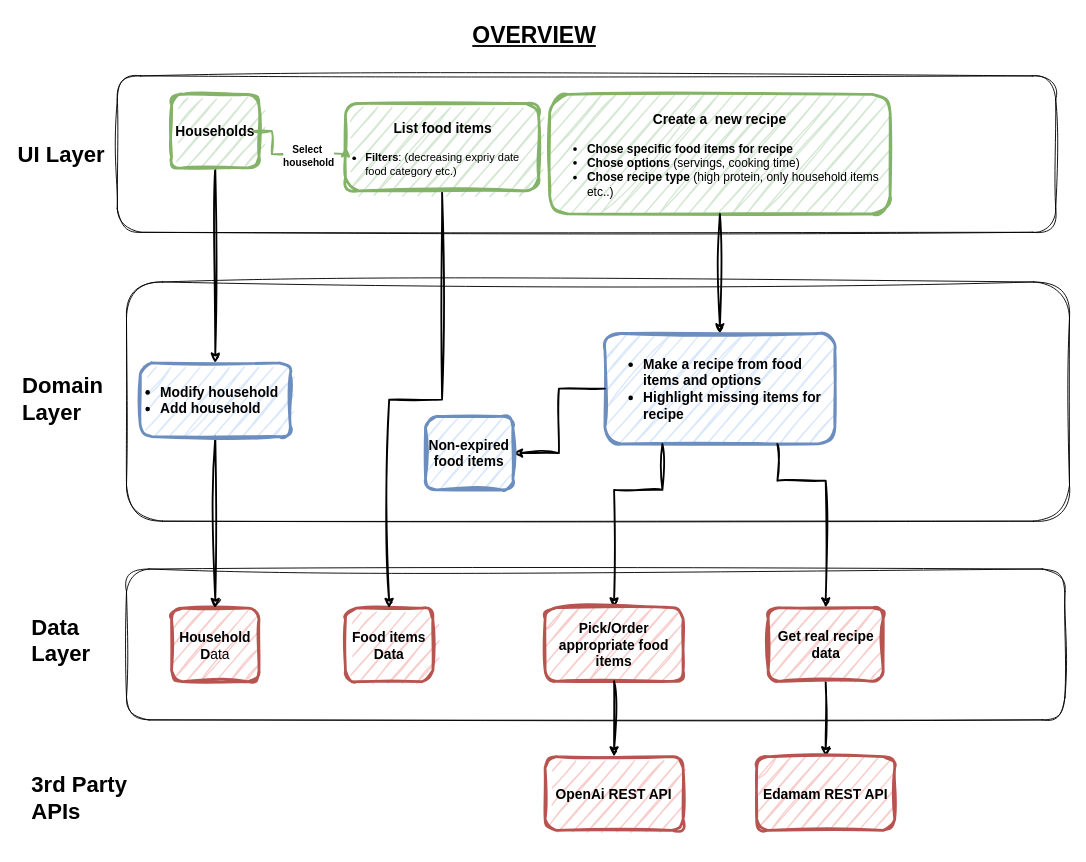
commit-crimes/shelf-life keeps this draw.io diagram as page "Overview" (2 of 3) of ArchitectureDiagram.drawio. Above is the earlier version. Source tidied: cells renumbered, new cells numbered last; positions are measured from the earlier drawing's top-left corner, leaving out a move shared by most shapes. Both pictures are drawn from the tidied source at 92%, with x=0, y=0 at pixel (16, 16).
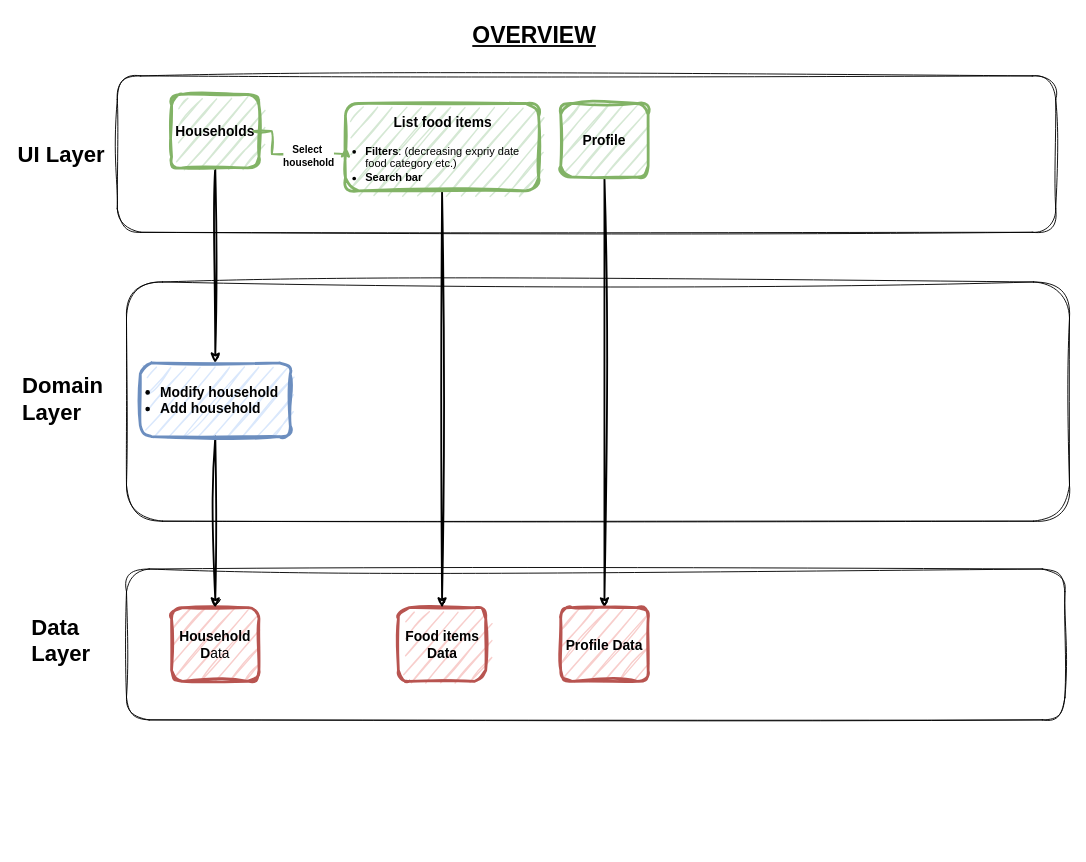
Above is the later version.

What changed in the source:
```diff
@@
     <mxCell id="10" value="&lt;h3 style=&quot;font-size: 15px;&quot;&gt;Household D&lt;span style=&quot;background-color: initial; font-weight: normal;&quot;&gt;ata&lt;/span&gt;&lt;/h3&gt;" style="rounded=1;whiteSpace=wrap;html=1;fillColor=#f8cecc;strokeColor=#b85450;fillStyle=hatch;strokeWidth=3;perimeterSpacing=0;sketch=1;curveFitting=1;jiggle=2;" parent="1" vertex="1">
-      <mxGeometry x="169" y="643.5" width="95" height="80" as="geometry" />
+      <mxGeometry x="169" y="643" width="95" height="80" as="geometry" />
     </mxCell>
@@
     <mxCell id="13" value="&lt;h3 style=&quot;font-size: 15px;&quot;&gt;Food items Data&lt;/h3&gt;" style="rounded=1;whiteSpace=wrap;html=1;fillColor=#f8cecc;strokeColor=#b85450;fillStyle=hatch;strokeWidth=3;perimeterSpacing=0;sketch=1;curveFitting=1;jiggle=2;" parent="1" vertex="1">
-      <mxGeometry x="358" y="643.5" width="95" height="80" as="geometry" />
+      <mxGeometry x="415.5" y="643" width="95" height="80" as="geometry" />
     </mxCell>
-    <mxCell id="14" value="&lt;h3 style=&quot;font-size: 15px;&quot;&gt;Create a&amp;nbsp; new recipe&lt;/h3&gt;&lt;div style=&quot;font-size: 13px;&quot;&gt;&lt;ul style=&quot;font-weight: 700;&quot;&gt;&lt;li style=&quot;text-align: left;&quot;&gt;Chose specific food items for recipe&lt;/li&gt;&lt;li style=&quot;text-align: left;&quot;&gt;Chose options&amp;nbsp;&lt;span style=&quot;font-weight: normal;&quot;&gt;(servings, cooking time)&lt;/span&gt;&lt;/li&gt;&lt;li style=&quot;text-align: left;&quot;&gt;Chose recipe type&amp;nbsp;&lt;span style=&quot;font-weight: normal;&quot;&gt;(high protein, only household items etc..)&lt;/span&gt;&lt;/li&gt;&lt;/ul&gt;&lt;/div&gt;" style="rounded=1;whiteSpace=wrap;html=1;fillColor=#d5e8d4;strokeColor=#82b366;fillStyle=hatch;strokeWidth=3;perimeterSpacing=0;sketch=1;curveFitting=1;jiggle=2;" parent="1" vertex="1">
-      <mxGeometry x="580" y="85" width="370" height="130" as="geometry" />
-    </mxCell>
-    <mxCell id="15" style="edgeStyle=orthogonalEdgeStyle;rounded=0;jettySize=auto;html=1;strokeWidth=2;sketch=1;curveFitting=1;jiggle=2;exitX=0.5;exitY=1;exitDx=0;exitDy=0;" parent="1" edge="1" source="14" target="16">
-      <mxGeometry relative="1" as="geometry" />
-    </mxCell>
-    <mxCell id="16" value="&lt;h3 style=&quot;font-size: 15px;&quot;&gt;&lt;div style=&quot;&quot;&gt;&lt;ul&gt;&lt;li&gt;Make a recipe from food items and options&lt;/li&gt;&lt;li&gt;Highlight missing items for recipe&lt;/li&gt;&lt;/ul&gt;&lt;/div&gt;&lt;/h3&gt;" style="rounded=1;whiteSpace=wrap;html=1;fillColor=#dae8fc;strokeColor=#6c8ebf;fillStyle=hatch;strokeWidth=3;perimeterSpacing=0;sketch=1;curveFitting=1;jiggle=2;align=left;" parent="1" vertex="1">
-      <mxGeometry x="640" y="345" width="250" height="120" as="geometry" />
-    </mxCell>
-    <mxCell id="17" style="edgeStyle=orthogonalEdgeStyle;rounded=0;jettySize=auto;html=1;strokeWidth=2;sketch=1;curveFitting=1;jiggle=2;exitX=0.25;exitY=1;exitDx=0;exitDy=0;" parent="1" edge="1" source="16" target="18">
-      <mxGeometry relative="1" as="geometry">
-        <Array as="points">
-          <mxPoint x="703" y="515" />
-          <mxPoint x="650" y="515" />
-        </Array>
-      </mxGeometry>
-    </mxCell>
-    <mxCell id="18" value="&lt;h3 style=&quot;font-size: 15px;&quot;&gt;&lt;span style=&quot;text-align: left;&quot;&gt;Pick/Order appropriate food items&lt;/span&gt;&lt;br&gt;&lt;/h3&gt;" style="rounded=1;whiteSpace=wrap;html=1;fillColor=#f8cecc;strokeColor=#b85450;fillStyle=hatch;strokeWidth=3;perimeterSpacing=0;sketch=1;curveFitting=1;jiggle=2;" parent="1" vertex="1">
-      <mxGeometry x="575" y="643" width="150" height="80" as="geometry" />
-    </mxCell>
-    <mxCell id="19" value="&lt;h1 style=&quot;margin-top: 0px;&quot;&gt;3rd Party APIs&lt;/h1&gt;" style="text;html=1;whiteSpace=wrap;overflow=hidden;rounded=0;" parent="1" vertex="1">
-      <mxGeometry x="15" y="815" width="120" height="85" as="geometry" />
-    </mxCell>
-    <mxCell id="20" style="edgeStyle=orthogonalEdgeStyle;rounded=0;jettySize=auto;html=1;strokeWidth=2;sketch=1;curveFitting=1;jiggle=2;exitX=0.5;exitY=1;exitDx=0;exitDy=0;" parent="1" edge="1" source="18" target="21">
-      <mxGeometry relative="1" as="geometry" />
-    </mxCell>
-    <mxCell id="21" value="&lt;h3 style=&quot;font-size: 15px;&quot;&gt;OpenAi REST API&lt;/h3&gt;" style="rounded=1;whiteSpace=wrap;html=1;fillColor=#f8cecc;strokeColor=#b85450;fillStyle=hatch;strokeWidth=3;perimeterSpacing=0;sketch=1;curveFitting=1;jiggle=2;" parent="1" vertex="1">
-      <mxGeometry x="575" y="805" width="150" height="80" as="geometry" />
-    </mxCell>
-    <mxCell id="22" style="edgeStyle=orthogonalEdgeStyle;rounded=0;jettySize=auto;html=1;strokeWidth=2;sketch=1;curveFitting=1;jiggle=2;exitX=0.5;exitY=1;exitDx=0;exitDy=0;" parent="1" edge="1" source="25" target="23">
-      <mxGeometry relative="1" as="geometry" />
-    </mxCell>
-    <mxCell id="23" value="&lt;h3 style=&quot;font-size: 15px;&quot;&gt;&lt;span style=&quot;background-color: initial;&quot;&gt;Edamam REST API&lt;/span&gt;&lt;br&gt;&lt;/h3&gt;" style="rounded=1;whiteSpace=wrap;html=1;fillColor=#f8cecc;strokeColor=#b85450;fillStyle=hatch;strokeWidth=3;perimeterSpacing=0;sketch=1;curveFitting=1;jiggle=2;" parent="1" vertex="1">
-      <mxGeometry x="805" y="805" width="150" height="80" as="geometry" />
-    </mxCell>
-    <mxCell id="24" style="edgeStyle=orthogonalEdgeStyle;rounded=0;jettySize=auto;html=1;strokeWidth=2;sketch=1;curveFitting=1;jiggle=2;exitX=0.75;exitY=1;exitDx=0;exitDy=0;" parent="1" edge="1" source="16" target="25">
-      <mxGeometry relative="1" as="geometry">
-        <Array as="points">
-          <mxPoint x="828" y="505" />
-          <mxPoint x="880" y="505" />
-        </Array>
-      </mxGeometry>
-    </mxCell>
-    <mxCell id="25" value="&lt;h3 style=&quot;font-size: 15px;&quot;&gt;&lt;span style=&quot;text-align: left;&quot;&gt;Get real recipe data&lt;/span&gt;&lt;br&gt;&lt;/h3&gt;" style="rounded=1;whiteSpace=wrap;html=1;fillColor=#f8cecc;strokeColor=#b85450;fillStyle=hatch;strokeWidth=3;perimeterSpacing=0;sketch=1;curveFitting=1;jiggle=2;" parent="1" vertex="1">
-      <mxGeometry x="817.5" y="643" width="125" height="80" as="geometry" />
-    </mxCell>
-    <mxCell id="26" style="edgeStyle=orthogonalEdgeStyle;rounded=0;jettySize=auto;html=1;strokeWidth=2;sketch=1;curveFitting=1;jiggle=2;exitX=0;exitY=0.5;exitDx=0;exitDy=0;" parent="1" edge="1" source="16" target="27">
-      <mxGeometry relative="1" as="geometry" />
-    </mxCell>
-    <mxCell id="27" value="&lt;h3 style=&quot;font-size: 15px;&quot;&gt;Non-expired food items&lt;/h3&gt;" style="rounded=1;whiteSpace=wrap;html=1;fillColor=#dae8fc;strokeColor=#6c8ebf;fillStyle=hatch;strokeWidth=3;perimeterSpacing=0;sketch=1;curveFitting=1;jiggle=2;" parent="1" vertex="1">
-      <mxGeometry x="445" y="435" width="95" height="80" as="geometry" />
-    </mxCell>
@@
-    <mxCell id="32" value="&lt;h3 style=&quot;text-align: center; font-size: 15px;&quot;&gt;List food items&lt;/h3&gt;&lt;div&gt;&lt;ul style=&quot;padding-left: 20px;&quot;&gt;&lt;li&gt;&lt;b&gt;Filters&lt;/b&gt;: (decreasing expriy date food category etc.)&lt;/li&gt;&lt;/ul&gt;&lt;/div&gt;" style="rounded=1;whiteSpace=wrap;html=1;fillColor=#d5e8d4;strokeColor=#82b366;fillStyle=hatch;strokeWidth=3;perimeterSpacing=0;sketch=1;curveFitting=1;jiggle=2;align=left;" parent="1" vertex="1">
+    <mxCell id="32" value="&lt;h3 style=&quot;text-align: center; font-size: 15px;&quot;&gt;List food items&lt;/h3&gt;&lt;div&gt;&lt;ul style=&quot;padding-left: 20px;&quot;&gt;&lt;li&gt;&lt;b&gt;Filters&lt;/b&gt;: (decreasing expriy date food category etc.)&lt;/li&gt;&lt;li&gt;&lt;b&gt;Search bar&lt;/b&gt;&lt;/li&gt;&lt;/ul&gt;&lt;/div&gt;" style="rounded=1;whiteSpace=wrap;html=1;fillColor=#d5e8d4;strokeColor=#82b366;fillStyle=hatch;strokeWidth=3;perimeterSpacing=0;sketch=1;curveFitting=1;jiggle=2;align=left;" parent="1" vertex="1">
       <mxGeometry x="358" y="95" width="210" height="95" as="geometry" />
     </mxCell>
+    <mxCell id="33" style="edgeStyle=orthogonalEdgeStyle;rounded=0;jettySize=auto;html=1;entryX=0.5;entryY=0;entryDx=0;entryDy=0;strokeWidth=2;sketch=1;curveFitting=1;jiggle=2;" parent="1" edge="1" source="34" target="35">
+      <mxGeometry relative="1" as="geometry" />
+    </mxCell>
+    <mxCell id="34" value="&lt;h3 style=&quot;font-size: 15px;&quot;&gt;Profile&lt;/h3&gt;" style="rounded=1;whiteSpace=wrap;html=1;fillColor=#d5e8d4;strokeColor=#82b366;fillStyle=hatch;strokeWidth=3;perimeterSpacing=0;sketch=1;curveFitting=1;jiggle=2;" parent="1" vertex="1">
+      <mxGeometry x="592" y="95" width="95" height="80" as="geometry" />
+    </mxCell>
+    <mxCell id="35" value="&lt;h3 style=&quot;font-size: 15px;&quot;&gt;Profile&amp;nbsp;&lt;span style=&quot;background-color: initial;&quot;&gt;Data&lt;/span&gt;&lt;/h3&gt;" style="rounded=1;whiteSpace=wrap;html=1;fillColor=#f8cecc;strokeColor=#b85450;fillStyle=hatch;strokeWidth=3;perimeterSpacing=0;sketch=1;curveFitting=1;jiggle=2;align=center;" parent="1" vertex="1">
+      <mxGeometry x="592" y="643" width="95" height="80" as="geometry" />
+    </mxCell>
```
